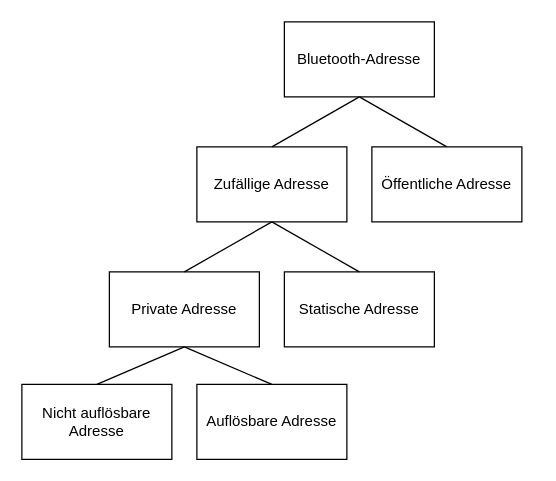
Before: doc/bachelor_thesis_german/graphics/source/BT_Adressen_Baum.drawio in immrn/secure-ble-for-esp32-android, a draw.io diagram. Source tidied: cells renumbered, new cells numbered last; positions are measured from the earlier drawing's top-left corner, leaving out a move shared by most shapes. Both pictures are drawn from the tidied source at 125%, with x=0, y=0 at pixel (21, 21).
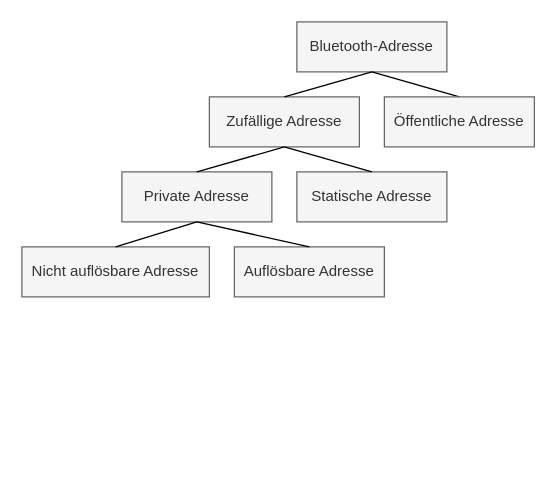
Above is the later version.

Diff of the diagram source:
```diff
@@
 <mxGraphModel>
   <root>
     <mxCell id="0" />
     <mxCell id="1" parent="0" />
-    <mxCell id="2" value="Bluetooth-Adresse" style="rounded=0;whiteSpace=wrap;html=1;" parent="1" vertex="1">
-      <mxGeometry x="210" width="120" height="60" as="geometry" />
+    <mxCell id="2" value="Bluetooth-Adresse" style="rounded=0;whiteSpace=wrap;html=1;fillColor=#f5f5f5;strokeColor=#666666;fontColor=#333333;" parent="1" vertex="1">
+      <mxGeometry x="220" width="120" height="40" as="geometry" />
     </mxCell>
     <mxCell id="3" style="endArrow=none;html=1;exitX=0.5;exitY=1;exitDx=0;exitDy=0;entryX=0.5;entryY=0;entryDx=0;entryDy=0;" parent="1" edge="1" source="2" target="4">
       <mxGeometry relative="1" as="geometry" />
     </mxCell>
-    <mxCell id="4" value="Öffentliche Adresse" style="rounded=0;whiteSpace=wrap;html=1;" parent="1" vertex="1">
-      <mxGeometry x="280" y="100" width="120" height="60" as="geometry" />
+    <mxCell id="4" value="Öffentliche Adresse" style="rounded=0;whiteSpace=wrap;html=1;fillColor=#f5f5f5;strokeColor=#666666;fontColor=#333333;" parent="1" vertex="1">
+      <mxGeometry x="290" y="60" width="120" height="40" as="geometry" />
     </mxCell>
-    <mxCell id="5" value="Zufällige Adresse" style="rounded=0;whiteSpace=wrap;html=1;" parent="1" vertex="1">
-      <mxGeometry x="140" y="100" width="120" height="60" as="geometry" />
+    <mxCell id="5" value="Zufällige Adresse" style="rounded=0;whiteSpace=wrap;html=1;fillColor=#f5f5f5;strokeColor=#666666;fontColor=#333333;" parent="1" vertex="1">
+      <mxGeometry x="150" y="60" width="120" height="40" as="geometry" />
     </mxCell>
-    <mxCell id="6" style="endArrow=none;html=1;exitX=0.5;exitY=1;exitDx=0;exitDy=0;entryX=0.5;entryY=0;entryDx=0;entryDy=0;" parent="1" edge="1" source="2" target="5">
-      <mxGeometry relative="1" as="geometry" />
+    <mxCell id="6" style="endArrow=none;html=1;entryX=0.5;entryY=0;entryDx=0;entryDy=0;" parent="1" edge="1" target="5">
+      <mxGeometry relative="1" as="geometry">
+        <mxPoint x="280" y="40" as="sourcePoint" />
+      </mxGeometry>
     </mxCell>
-    <mxCell id="7" value="Statische Adresse" style="rounded=0;whiteSpace=wrap;html=1;" parent="1" vertex="1">
-      <mxGeometry x="210" y="200" width="120" height="60" as="geometry" />
+    <mxCell id="7" value="Statische Adresse" style="rounded=0;whiteSpace=wrap;html=1;fillColor=#f5f5f5;strokeColor=#666666;fontColor=#333333;" parent="1" vertex="1">
+      <mxGeometry x="220" y="120" width="120" height="40" as="geometry" />
     </mxCell>
-    <mxCell id="8" value="Private Adresse" style="rounded=0;whiteSpace=wrap;html=1;" parent="1" vertex="1">
-      <mxGeometry x="70" y="200" width="120" height="60" as="geometry" />
+    <mxCell id="8" value="Private Adresse" style="rounded=0;whiteSpace=wrap;html=1;fillColor=#f5f5f5;strokeColor=#666666;fontColor=#333333;" parent="1" vertex="1">
+      <mxGeometry x="80" y="120" width="120" height="40" as="geometry" />
     </mxCell>
     <mxCell id="9" style="endArrow=none;html=1;entryX=0.5;entryY=1;entryDx=0;entryDy=0;exitX=0.5;exitY=0;exitDx=0;exitDy=0;" parent="1" edge="1" source="8" target="5">
       <mxGeometry relative="1" as="geometry" />
     </mxCell>
     <mxCell id="10" style="endArrow=none;html=1;entryX=0.5;entryY=1;entryDx=0;entryDy=0;exitX=0.5;exitY=0;exitDx=0;exitDy=0;" parent="1" edge="1" source="7" target="5">
       <mxGeometry relative="1" as="geometry" />
     </mxCell>
-    <mxCell id="11" value="Auflösbare Adresse" style="rounded=0;whiteSpace=wrap;html=1;" parent="1" vertex="1">
-      <mxGeometry x="140" y="290" width="120" height="60" as="geometry" />
+    <mxCell id="11" value="Auflösbare Adresse" style="rounded=0;whiteSpace=wrap;html=1;fillColor=#f5f5f5;strokeColor=#666666;fontColor=#333333;" parent="1" vertex="1">
+      <mxGeometry x="170" y="180" width="120" height="40" as="geometry" />
     </mxCell>
-    <mxCell id="12" value="Nicht auflösbare Adresse" style="rounded=0;whiteSpace=wrap;html=1;" parent="1" vertex="1">
-      <mxGeometry y="290" width="120" height="60" as="geometry" />
+    <mxCell id="12" value="Nicht auflösbare Adresse" style="rounded=0;whiteSpace=wrap;html=1;fillColor=#f5f5f5;strokeColor=#666666;fontColor=#333333;" parent="1" vertex="1">
+      <mxGeometry y="180" width="150" height="40" as="geometry" />
     </mxCell>
     <mxCell id="13" style="endArrow=none;html=1;exitX=0.5;exitY=0;exitDx=0;exitDy=0;entryX=0.5;entryY=1;entryDx=0;entryDy=0;" parent="1" edge="1" source="12" target="8">
       <mxGeometry relative="1" as="geometry" />
     </mxCell>
     <mxCell id="14" style="endArrow=none;html=1;exitX=0.5;exitY=0;exitDx=0;exitDy=0;entryX=0.5;entryY=1;entryDx=0;entryDy=0;" parent="1" edge="1" source="11" target="8">
       <mxGeometry relative="1" as="geometry" />
     </mxCell>
   </root>
 </mxGraphModel>
```
